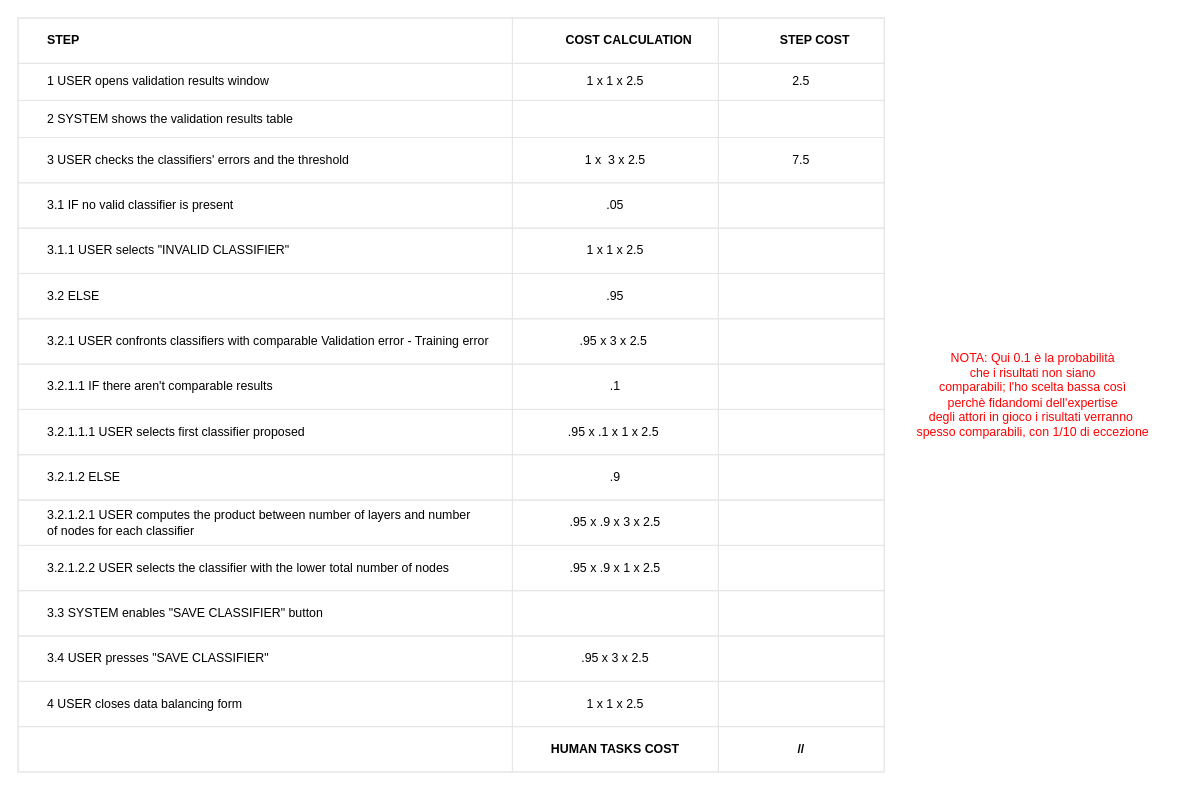
BaffoBello14/AutomaticDamagesRecognition keeps this draw.io diagram as check validation results (Cape)/table_check validation results.drawio. Above is the earlier version. Source tidied: cells renumbered, new cells numbered last; positions are measured from the earlier drawing's top-left corner, leaving out a move shared by most shapes. Both pictures are drawn from the tidied source at 103%, with x=0, y=0 at pixel (18, 18).
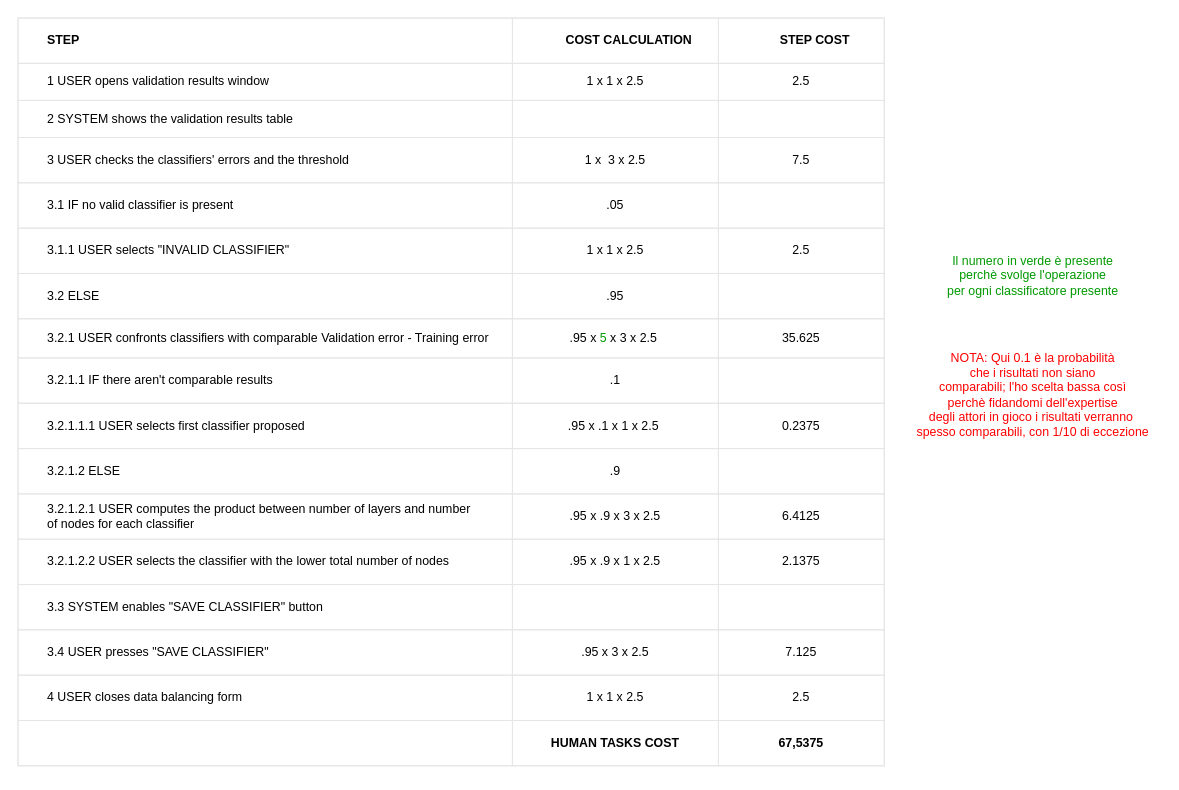
The same diagram, later.

The change refers to these unchanged cells:
```xml
<mxCell id="23" style="shape=tableRow;horizontal=0;startSize=0;swimlaneHead=0;swimlaneBody=0;top=0;left=0;bottom=0;right=0;fontStyle=0;fillColor=none;strokeColor=inherit;align=center;" parent="2" vertex="1">
  <mxGeometry y="204" width="841" height="44" as="geometry" />
</mxCell>
```

What changed in the source:
```diff
@@
     <mxCell id="2" style="childLayout=tableLayout;shadow=0;strokeColor=#E6E6E6;align=center;" parent="1" vertex="1">
-      <mxGeometry width="841" height="732" as="geometry" />
+      <mxGeometry width="841" height="726" as="geometry" />
     </mxCell>
@@
-    <mxCell id="26" style="strokeColor=inherit;fillColor=none;align=center;whiteSpace=wrap;html=1;" parent="23" vertex="1">
+    <mxCell id="26" value="2.5" style="strokeColor=inherit;fillColor=none;align=center;whiteSpace=wrap;html=1;" parent="23" vertex="1">
       <mxGeometry x="680" width="161" height="44" as="geometry" />
     </mxCell>
@@
     <mxCell id="31" style="shape=tableRow;horizontal=0;startSize=0;swimlaneHead=0;swimlaneBody=0;top=0;left=0;bottom=0;right=0;fontStyle=0;fillColor=none;strokeColor=inherit;align=center;" parent="2" vertex="1">
-      <mxGeometry y="292" width="841" height="44" as="geometry" />
+      <mxGeometry y="292" width="841" height="38" as="geometry" />
     </mxCell>
     <mxCell id="32" value="&lt;span style=&quot;&quot;&gt;&#9;&lt;/span&gt;&lt;span style=&quot;white-space: pre;&quot;&gt;&#9;&lt;/span&gt;3.2.1 USER confronts classifiers with comparable Validation error - Training error" style="strokeColor=inherit;fillColor=none;align=left;whiteSpace=wrap;html=1;labelPosition=center;verticalLabelPosition=middle;verticalAlign=middle;" parent="31" vertex="1">
-      <mxGeometry width="480" height="44" as="geometry" />
+      <mxGeometry width="480" height="38" as="geometry" />
     </mxCell>
-    <mxCell id="33" value=".95 x 3 x 2.5&amp;nbsp;" style="strokeColor=inherit;fillColor=none;align=center;whiteSpace=wrap;html=1;" parent="31" vertex="1">
-      <mxGeometry x="480" width="200" height="44" as="geometry" />
+    <mxCell id="33" value=".95 x &lt;font color=&quot;#009900&quot;&gt;5 &lt;/font&gt;x 3 x 2.5&amp;nbsp;" style="strokeColor=inherit;fillColor=none;align=center;whiteSpace=wrap;html=1;" parent="31" vertex="1">
+      <mxGeometry x="480" width="200" height="38" as="geometry" />
     </mxCell>
-    <mxCell id="34" style="strokeColor=inherit;fillColor=none;align=center;whiteSpace=wrap;html=1;" parent="31" vertex="1">
-      <mxGeometry x="680" width="161" height="44" as="geometry" />
+    <mxCell id="34" value="35.625" style="strokeColor=inherit;fillColor=none;align=center;whiteSpace=wrap;html=1;" parent="31" vertex="1">
+      <mxGeometry x="680" width="161" height="38" as="geometry" />
     </mxCell>
     <mxCell id="35" style="shape=tableRow;horizontal=0;startSize=0;swimlaneHead=0;swimlaneBody=0;top=0;left=0;bottom=0;right=0;fontStyle=0;fillColor=none;strokeColor=inherit;align=center;" parent="2" vertex="1">
-      <mxGeometry y="336" width="841" height="44" as="geometry" />
+      <mxGeometry y="330" width="841" height="44" as="geometry" />
     </mxCell>
@@
     <mxCell id="39" style="shape=tableRow;horizontal=0;startSize=0;swimlaneHead=0;swimlaneBody=0;top=0;left=0;bottom=0;right=0;fontStyle=0;fillColor=none;strokeColor=inherit;align=center;" parent="2" vertex="1">
-      <mxGeometry y="380" width="841" height="44" as="geometry" />
+      <mxGeometry y="374" width="841" height="44" as="geometry" />
     </mxCell>
@@
-    <mxCell id="42" style="strokeColor=inherit;fillColor=none;align=center;whiteSpace=wrap;html=1;" parent="39" vertex="1">
+    <mxCell id="42" value="0.2375" style="strokeColor=inherit;fillColor=none;align=center;whiteSpace=wrap;html=1;" parent="39" vertex="1">
       <mxGeometry x="680" width="161" height="44" as="geometry" />
     </mxCell>
     <mxCell id="43" style="shape=tableRow;horizontal=0;startSize=0;swimlaneHead=0;swimlaneBody=0;top=0;left=0;bottom=0;right=0;fontStyle=0;fillColor=none;strokeColor=inherit;align=center;" parent="2" vertex="1">
-      <mxGeometry y="424" width="841" height="44" as="geometry" />
+      <mxGeometry y="418" width="841" height="44" as="geometry" />
     </mxCell>
@@
     <mxCell id="47" style="shape=tableRow;horizontal=0;startSize=0;swimlaneHead=0;swimlaneBody=0;top=0;left=0;bottom=0;right=0;fontStyle=0;fillColor=none;strokeColor=inherit;align=center;" parent="2" vertex="1">
-      <mxGeometry y="468" width="841" height="44" as="geometry" />
+      <mxGeometry y="462" width="841" height="44" as="geometry" />
     </mxCell>
@@
-    <mxCell id="50" style="strokeColor=inherit;fillColor=none;align=center;whiteSpace=wrap;html=1;" parent="47" vertex="1">
+    <mxCell id="50" value="6.4125" style="strokeColor=inherit;fillColor=none;align=center;whiteSpace=wrap;html=1;" parent="47" vertex="1">
       <mxGeometry x="680" width="161" height="44" as="geometry" />
     </mxCell>
     <mxCell id="51" style="shape=tableRow;horizontal=0;startSize=0;swimlaneHead=0;swimlaneBody=0;top=0;left=0;bottom=0;right=0;fontStyle=0;fillColor=none;strokeColor=inherit;align=center;" parent="2" vertex="1">
-      <mxGeometry y="512" width="841" height="44" as="geometry" />
+      <mxGeometry y="506" width="841" height="44" as="geometry" />
     </mxCell>
@@
-    <mxCell id="54" style="strokeColor=inherit;fillColor=none;align=center;whiteSpace=wrap;html=1;" parent="51" vertex="1">
+    <mxCell id="54" value="2.1375" style="strokeColor=inherit;fillColor=none;align=center;whiteSpace=wrap;html=1;" parent="51" vertex="1">
       <mxGeometry x="680" width="161" height="44" as="geometry" />
     </mxCell>
     <mxCell id="55" style="shape=tableRow;horizontal=0;startSize=0;swimlaneHead=0;swimlaneBody=0;top=0;left=0;bottom=0;right=0;fontStyle=0;fillColor=none;strokeColor=inherit;align=center;" parent="2" vertex="1">
-      <mxGeometry y="556" width="841" height="44" as="geometry" />
+      <mxGeometry y="550" width="841" height="44" as="geometry" />
     </mxCell>
@@
     <mxCell id="59" style="shape=tableRow;horizontal=0;startSize=0;swimlaneHead=0;swimlaneBody=0;top=0;left=0;bottom=0;right=0;fontStyle=0;fillColor=none;strokeColor=inherit;align=center;" parent="2" vertex="1">
-      <mxGeometry y="600" width="841" height="44" as="geometry" />
+      <mxGeometry y="594" width="841" height="44" as="geometry" />
     </mxCell>
@@
-    <mxCell id="62" style="strokeColor=inherit;fillColor=none;align=center;whiteSpace=wrap;html=1;" parent="59" vertex="1">
+    <mxCell id="62" value="7.125" style="strokeColor=inherit;fillColor=none;align=center;whiteSpace=wrap;html=1;" parent="59" vertex="1">
       <mxGeometry x="680" width="161" height="44" as="geometry" />
     </mxCell>
     <mxCell id="63" style="shape=tableRow;horizontal=0;startSize=0;swimlaneHead=0;swimlaneBody=0;top=0;left=0;bottom=0;right=0;fontStyle=0;fillColor=none;strokeColor=inherit;align=center;" parent="2" vertex="1">
-      <mxGeometry y="644" width="841" height="44" as="geometry" />
+      <mxGeometry y="638" width="841" height="44" as="geometry" />
     </mxCell>
@@
-    <mxCell id="66" style="strokeColor=inherit;fillColor=none;align=center;whiteSpace=wrap;html=1;" parent="63" vertex="1">
+    <mxCell id="66" value="2.5" style="strokeColor=inherit;fillColor=none;align=center;whiteSpace=wrap;html=1;" parent="63" vertex="1">
       <mxGeometry x="680" width="161" height="44" as="geometry" />
     </mxCell>
     <mxCell id="67" style="shape=tableRow;horizontal=0;startSize=0;swimlaneHead=0;swimlaneBody=0;top=0;left=0;bottom=0;right=0;fontStyle=0;fillColor=none;strokeColor=inherit;align=center;" parent="2" vertex="1">
-      <mxGeometry y="688" width="841" height="44" as="geometry" />
+      <mxGeometry y="682" width="841" height="44" as="geometry" />
     </mxCell>
@@
-    <mxCell id="70" value="&lt;b&gt;//&lt;/b&gt;" style="strokeColor=inherit;fillColor=none;align=center;whiteSpace=wrap;html=1;" parent="67" vertex="1">
+    <mxCell id="70" value="&lt;b&gt;67,5375&lt;/b&gt;" style="strokeColor=inherit;fillColor=none;align=center;whiteSpace=wrap;html=1;" parent="67" vertex="1">
       <mxGeometry x="680" width="161" height="44" as="geometry" />
     </mxCell>
@@
+    <mxCell id="72" value="Il numero in verde è presente&lt;br&gt;perchè svolge l'operazione&lt;br&gt;per ogni classificatore presente" style="text;html=1;align=center;verticalAlign=middle;strokeColor=none;fillColor=none;fontColor=#009900;" parent="1" vertex="1">
+      <mxGeometry x="890" y="220" width="190" height="60" as="geometry" />
+    </mxCell>
```
